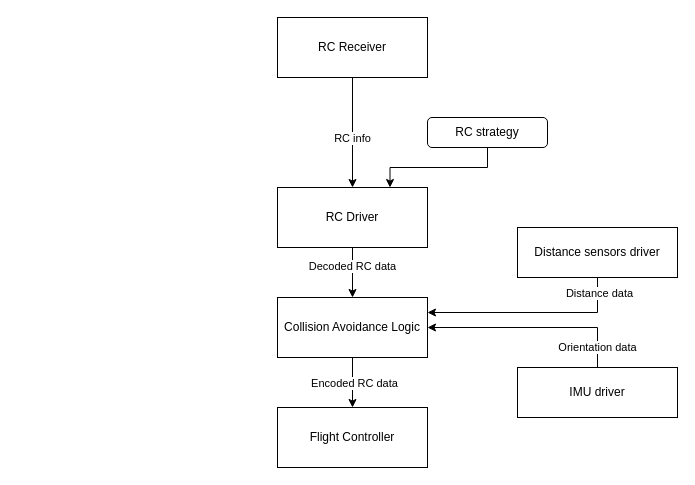
The draw.io diagram umlDiagram/System diagram.drawio in JoanICG/Collision_avoidance_module_for_UAV, before the edit. Source tidied: cells renumbered, new cells numbered last; positions are measured from the earlier drawing's top-left corner, leaving out a move shared by most shapes. Both pictures are drawn from the tidied source at 100%, with x=0, y=0 at pixel (277, 17).
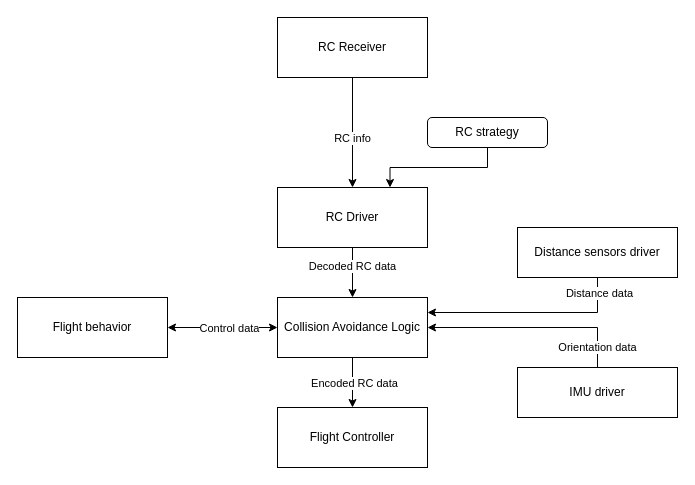
After the change.

Unchanged cells that the change refers to:
```xml
<mxCell id="12" value="Collision Avoidance Logic" style="rounded=0;whiteSpace=wrap;html=1;" parent="1" vertex="1">
  <mxGeometry y="280" width="150" height="60" as="geometry" />
</mxCell>
```

What changed in the source:
```diff
@@
+    <mxCell id="20" style="edgeStyle=orthogonalEdgeStyle;rounded=0;jettySize=auto;html=1;entryX=0;entryY=0.5;entryDx=0;entryDy=0;startArrow=classic;startFill=1;" parent="1" edge="1" source="22" target="12">
+      <mxGeometry relative="1" as="geometry" />
+    </mxCell>
+    <mxCell id="21" value="Control data" style="edgeLabel;html=1;align=center;verticalAlign=middle;" parent="20" vertex="1">
+      <mxGeometry x="0.1" y="1" relative="1" as="geometry">
+        <mxPoint y="1" as="offset" />
+      </mxGeometry>
+    </mxCell>
+    <mxCell id="22" value="Flight behavior" style="rounded=0;whiteSpace=wrap;html=1;" parent="1" vertex="1">
+      <mxGeometry x="-260" y="280" width="150" height="60" as="geometry" />
+    </mxCell>
```
